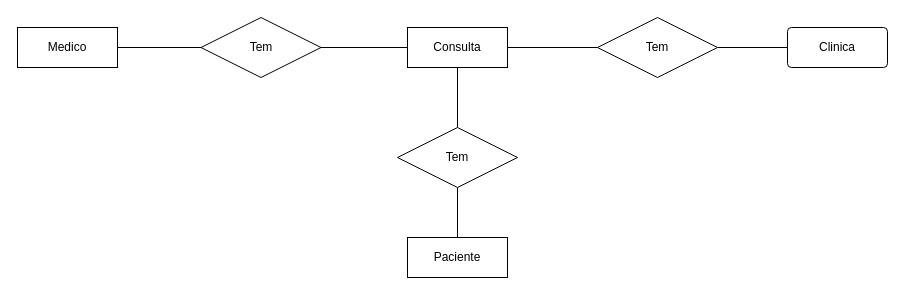
Before: page "Página-1" (1 of 5) of Modelagem/Exemplo vini diagrama.drawio in obamapresidente01/Projeto-E-commerce, a draw.io diagram. Source tidied: cells renumbered, new cells numbered last; positions are measured from the earlier drawing's top-left corner, leaving out a move shared by most shapes. Both pictures are drawn from the tidied source at 100%, with x=0, y=0 at pixel (17, 17).
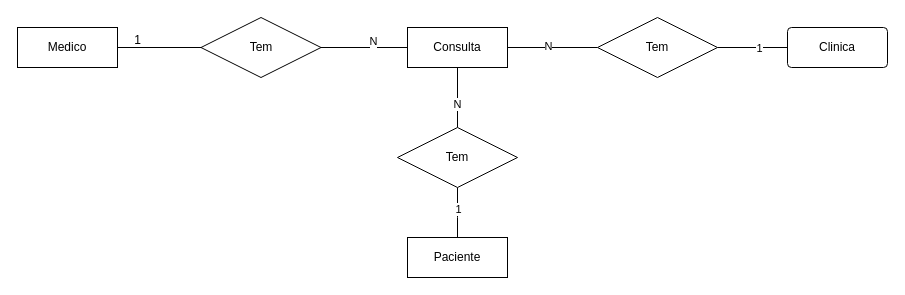
After the change.

Unchanged cells that the change refers to:
```xml
<mxCell id="2" style="edgeStyle=orthogonalEdgeStyle;rounded=0;jettySize=auto;html=1;entryX=1;entryY=0.5;entryDx=0;entryDy=0;endArrow=none;endFill=0;" parent="1" edge="1" source="5" target="11">
  <mxGeometry relative="1" as="geometry" />
</mxCell>
<mxCell id="3" style="edgeStyle=orthogonalEdgeStyle;rounded=0;jettySize=auto;html=1;endArrow=none;endFill=0;" parent="1" edge="1" source="5" target="13">
  <mxGeometry relative="1" as="geometry" />
</mxCell>
<mxCell id="4" style="edgeStyle=orthogonalEdgeStyle;rounded=0;jettySize=auto;html=1;entryX=0;entryY=0.5;entryDx=0;entryDy=0;strokeColor=default;endArrow=none;endFill=0;" parent="1" edge="1" source="5" target="14">
  <mxGeometry relative="1" as="geometry" />
</mxCell>
<mxCell id="8" style="edgeStyle=orthogonalEdgeStyle;rounded=0;jettySize=auto;html=1;endArrow=none;endFill=0;" parent="1" edge="1" source="9" target="14">
  <mxGeometry relative="1" as="geometry" />
</mxCell>
<mxCell id="10" value="Paciente" style="whiteSpace=wrap;html=1;align=center;" parent="1" vertex="1">
  <mxGeometry x="390" y="220" width="100" height="40" as="geometry" />
</mxCell>
<mxCell id="13" value="Tem" style="shape=rhombus;perimeter=rhombusPerimeter;whiteSpace=wrap;html=1;align=center;" parent="1" vertex="1">
  <mxGeometry x="380" y="110" width="120" height="60" as="geometry" />
</mxCell>
```

The edit, as a diff of the source:
```diff
@@
+    <mxCell id="15" value="N" style="edgeLabel;html=1;align=center;verticalAlign=middle;" parent="2" vertex="1">
+      <mxGeometry x="-0.19" y="1" relative="1" as="geometry">
+        <mxPoint y="-8" as="offset" />
+      </mxGeometry>
+    </mxCell>
@@
+    <mxCell id="16" value="N" style="edgeLabel;html=1;align=center;verticalAlign=middle;" parent="3" vertex="1">
+      <mxGeometry x="0.21" y="-1" relative="1" as="geometry" />
+    </mxCell>
@@
+    <mxCell id="17" value="N" style="edgeLabel;html=1;align=center;verticalAlign=middle;" parent="4" vertex="1">
+      <mxGeometry x="-0.12" y="2" relative="1" as="geometry" />
+    </mxCell>
@@
+    <mxCell id="18" value="1" style="edgeLabel;html=1;align=center;verticalAlign=middle;" parent="8" vertex="1">
+      <mxGeometry x="-0.17" relative="1" as="geometry" />
+    </mxCell>
@@
     <mxCell id="12" style="edgeStyle=orthogonalEdgeStyle;rounded=0;jettySize=auto;html=1;endArrow=none;endFill=0;" parent="1" edge="1" source="13" target="10">
-      <mxGeometry relative="1" as="geometry" />
+      <mxGeometry relative="1" as="geometry">
+        <Array as="points">
+          <mxPoint x="440" y="200" />
+          <mxPoint x="440" y="200" />
+        </Array>
+      </mxGeometry>
     </mxCell>
+    <mxCell id="19" value="1" style="edgeLabel;html=1;align=center;verticalAlign=middle;" parent="12" vertex="1">
+      <mxGeometry x="-0.58" y="1" relative="1" as="geometry">
+        <mxPoint x="-1" y="10" as="offset" />
+      </mxGeometry>
+    </mxCell>
@@
+    <mxCell id="20" value="1" style="text;html=1;align=center;verticalAlign=middle;strokeColor=none;fillColor=none;" parent="1" vertex="1">
+      <mxGeometry x="105" y="8" width="30" height="30" as="geometry" />
+    </mxCell>
```
